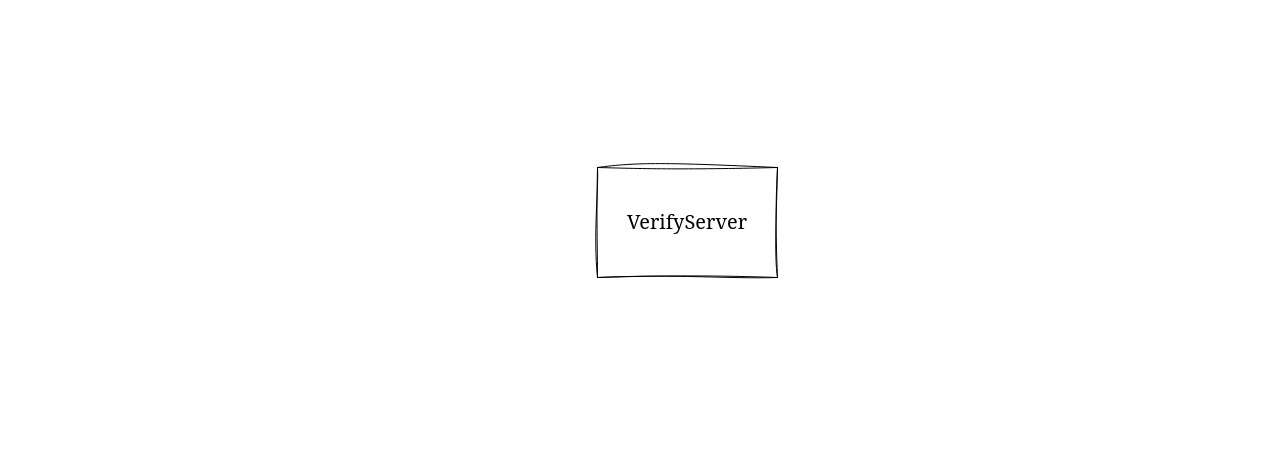
Before: VerifyServer/VerifyServer.drawio in zyuhao7/WeChat, a draw.io diagram. Source tidied: cells renumbered, new cells numbered last; positions are measured from the earlier drawing's top-left corner, leaving out a move shared by most shapes. Both pictures are drawn from the tidied source at 100%, with x=0, y=0 at pixel (597, 167).
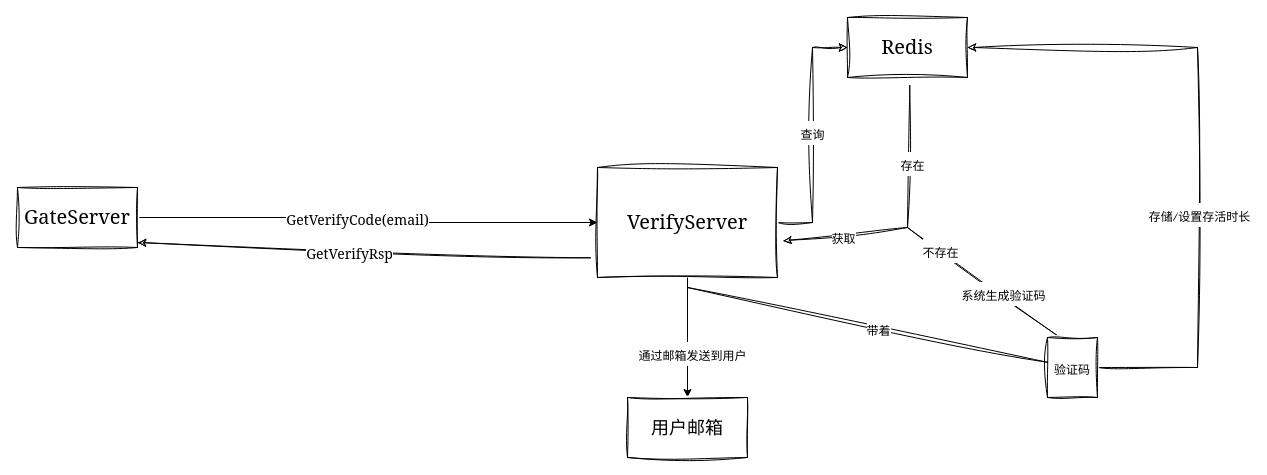
The same diagram, later.

Commit message:
VerifyServer interact pic mod

Unchanged cells that the change refers to:
```xml
<mxCell id="2" value="&lt;font face=&quot;Georgia&quot;&gt;VerifyServer&lt;/font&gt;" style="rounded=0;whiteSpace=wrap;html=1;sketch=1;hachureGap=4;jiggle=2;curveFitting=1;fontFamily=Architects Daughter;fontSize=20;" parent="1" vertex="1">
  <mxGeometry width="180" height="110" as="geometry" />
</mxCell>
```

Change to the diagram source:
```diff
@@
+    <mxCell id="3" style="edgeStyle=orthogonalEdgeStyle;rounded=0;sketch=1;hachureGap=4;jiggle=2;curveFitting=1;jettySize=auto;html=1;entryX=0;entryY=0.5;entryDx=0;entryDy=0;fontFamily=Architects Daughter;fontSize=16;" parent="1" edge="1" source="2" target="13">
+      <mxGeometry relative="1" as="geometry" />
+    </mxCell>
+    <mxCell id="4" value="&lt;font style=&quot;font-size: 12px;&quot;&gt;查询&lt;/font&gt;" style="edgeLabel;html=1;align=center;verticalAlign=middle;fontSize=20;fontFamily=Architects Daughter;" parent="3" vertex="1">
+      <mxGeometry x="0.03" y="1" relative="1" as="geometry" />
+    </mxCell>
+    <mxCell id="5" style="edgeStyle=orthogonalEdgeStyle;rounded=0;hachureGap=4;jettySize=auto;html=1;fontFamily=Architects Daughter;fontSize=16;entryX=0.5;entryY=0;entryDx=0;entryDy=0;" parent="1" edge="1" source="2" target="21">
+      <mxGeometry relative="1" as="geometry" />
+    </mxCell>
+    <mxCell id="6" value="&lt;font style=&quot;font-size: 12px;&quot;&gt;通过邮箱发送到用户&lt;/font&gt;" style="edgeLabel;html=1;align=center;verticalAlign=middle;fontSize=20;fontFamily=Architects Daughter;" parent="5" vertex="1">
+      <mxGeometry x="0.24" y="4" relative="1" as="geometry">
+        <mxPoint y="1" as="offset" />
+      </mxGeometry>
+    </mxCell>
@@
+    <mxCell id="7" style="edgeStyle=orthogonalEdgeStyle;rounded=0;hachureGap=4;jettySize=auto;html=1;entryX=0;entryY=0.5;entryDx=0;entryDy=0;fontFamily=Architects Daughter;fontSize=16;" parent="1" edge="1" source="10" target="2">
+      <mxGeometry relative="1" as="geometry" />
+    </mxCell>
+    <mxCell id="8" value="&lt;div style=&quot;background-color: rgb(34, 39, 46); font-size: 16px; line-height: 22px;&quot;&gt;&lt;br&gt;&lt;/div&gt;" style="edgeLabel;html=1;align=center;verticalAlign=middle;fontSize=20;fontFamily=Architects Daughter;" parent="7" vertex="1">
+      <mxGeometry x="-0.06" y="-5" relative="1" as="geometry" />
+    </mxCell>
+    <mxCell id="9" value="&lt;font style=&quot;font-size: 14px;&quot; face=&quot;Georgia&quot;&gt;GetVerifyCode(email)&lt;/font&gt;" style="edgeLabel;html=1;align=center;verticalAlign=middle;fontSize=20;fontFamily=Architects Daughter;" parent="7" vertex="1">
+      <mxGeometry x="-0.06" relative="1" as="geometry" />
+    </mxCell>
+    <mxCell id="10" value="&lt;font face=&quot;Georgia&quot;&gt;GateServer&lt;/font&gt;" style="rounded=0;whiteSpace=wrap;html=1;sketch=1;hachureGap=4;jiggle=2;curveFitting=1;fontFamily=Architects Daughter;fontSize=20;" parent="1" vertex="1">
+      <mxGeometry x="-580" y="20" width="120" height="60" as="geometry" />
+    </mxCell>
+    <mxCell id="11" style="endArrow=classic;html=1;rounded=0;sketch=1;hachureGap=4;jiggle=2;curveFitting=1;fontFamily=Architects Daughter;fontSize=16;entryX=1;entryY=0.75;entryDx=0;entryDy=0;exitX=-0.039;exitY=0.821;exitDx=0;exitDy=0;exitPerimeter=0;" parent="1" edge="1" source="2">
+      <mxGeometry relative="1" as="geometry">
+        <mxPoint x="-460" y="75" as="targetPoint" />
+      </mxGeometry>
+    </mxCell>
+    <mxCell id="12" value="&lt;font face=&quot;Georgia&quot; style=&quot;font-size: 14px;&quot;&gt;GetVerifyRsp&lt;/font&gt;" style="edgeLabel;html=1;align=center;verticalAlign=middle;fontSize=20;fontFamily=Architects Daughter;" parent="11" vertex="1">
+      <mxGeometry x="0.07" y="2" relative="1" as="geometry" />
+    </mxCell>
+    <mxCell id="13" value="&lt;font face=&quot;Georgia&quot;&gt;Redis&lt;/font&gt;" style="rounded=0;whiteSpace=wrap;html=1;sketch=1;hachureGap=4;jiggle=2;curveFitting=1;fontFamily=Architects Daughter;fontSize=20;" parent="1" vertex="1">
+      <mxGeometry x="250" y="-150" width="120" height="60" as="geometry" />
+    </mxCell>
+    <mxCell id="14" style="endArrow=none;html=1;rounded=0;sketch=1;hachureGap=4;jiggle=2;curveFitting=1;fontFamily=Architects Daughter;fontSize=16;exitX=0.519;exitY=1.133;exitDx=0;exitDy=0;exitPerimeter=0;" parent="1" edge="1" source="13">
+      <mxGeometry relative="1" as="geometry">
+        <mxPoint x="310" y="60" as="targetPoint" />
+      </mxGeometry>
+    </mxCell>
+    <mxCell id="15" value="&lt;font style=&quot;font-size: 12px;&quot;&gt;存在&lt;/font&gt;" style="edgeLabel;html=1;align=center;verticalAlign=middle;fontSize=20;fontFamily=Architects Daughter;" parent="14" vertex="1">
+      <mxGeometry x="0.08" y="3" relative="1" as="geometry" />
+    </mxCell>
+    <mxCell id="16" style="endArrow=classic;html=1;rounded=0;sketch=1;hachureGap=4;jiggle=2;curveFitting=1;fontFamily=Architects Daughter;fontSize=16;entryX=1.031;entryY=0.667;entryDx=0;entryDy=0;entryPerimeter=0;" parent="1" edge="1" target="2">
+      <mxGeometry relative="1" as="geometry">
+        <mxPoint x="310" y="60" as="sourcePoint" />
+      </mxGeometry>
+    </mxCell>
+    <mxCell id="17" value="&lt;font style=&quot;font-size: 12px;&quot;&gt;获取&lt;/font&gt;" style="edgeLabel;html=1;align=center;verticalAlign=middle;fontSize=20;fontFamily=Architects Daughter;" parent="16" vertex="1">
+      <mxGeometry x="0.04" y="2" relative="1" as="geometry" />
+    </mxCell>
+    <mxCell id="18" style="endArrow=none;html=1;rounded=0;sketch=1;hachureGap=4;jiggle=2;curveFitting=1;fontFamily=Architects Daughter;fontSize=16;exitX=0.25;exitY=0;exitDx=0;exitDy=0;" parent="1" edge="1" source="24">
+      <mxGeometry relative="1" as="geometry">
+        <mxPoint x="310" y="60" as="targetPoint" />
+      </mxGeometry>
+    </mxCell>
+    <mxCell id="19" value="&lt;font style=&quot;font-size: 12px;&quot;&gt;不存在&lt;/font&gt;" style="edgeLabel;html=1;align=center;verticalAlign=middle;fontSize=20;fontFamily=Architects Daughter;" parent="18" vertex="1">
+      <mxGeometry x="0.58" y="-1" relative="1" as="geometry" />
+    </mxCell>
+    <mxCell id="20" value="&lt;font style=&quot;font-size: 12px;&quot;&gt;系统生成验证码&lt;/font&gt;" style="edgeLabel;html=1;align=center;verticalAlign=middle;fontSize=20;fontFamily=Architects Daughter;" parent="18" vertex="1">
+      <mxGeometry x="-0.23" y="-3" relative="1" as="geometry" />
+    </mxCell>
+    <mxCell id="21" value="&lt;font style=&quot;font-size: 18px;&quot;&gt;用户邮箱&lt;/font&gt;" style="rounded=0;whiteSpace=wrap;html=1;sketch=1;hachureGap=4;jiggle=2;curveFitting=1;fontFamily=Architects Daughter;fontSize=20;" parent="1" vertex="1">
+      <mxGeometry x="30" y="230" width="120" height="60" as="geometry" />
+    </mxCell>
+    <mxCell id="22" style="edgeStyle=orthogonalEdgeStyle;rounded=0;sketch=1;hachureGap=4;jiggle=2;curveFitting=1;jettySize=auto;html=1;fontFamily=Architects Daughter;fontSize=16;" parent="1" edge="1" source="24" target="13">
+      <mxGeometry relative="1" as="geometry">
+        <Array as="points">
+          <mxPoint x="600" y="200" />
+          <mxPoint x="600" y="-120" />
+        </Array>
+      </mxGeometry>
+    </mxCell>
+    <mxCell id="23" value="&lt;font style=&quot;font-size: 12px;&quot;&gt;存储/设置存活时长&lt;/font&gt;" style="edgeLabel;html=1;align=center;verticalAlign=middle;fontSize=20;fontFamily=Architects Daughter;" parent="22" vertex="1">
+      <mxGeometry x="-0.22" y="-1" relative="1" as="geometry" />
+    </mxCell>
+    <mxCell id="24" value="&lt;font style=&quot;font-size: 12px;&quot;&gt;验证码&lt;/font&gt;" style="whiteSpace=wrap;html=1;sketch=1;hachureGap=4;jiggle=2;curveFitting=1;fontFamily=Architects Daughter;fontSize=20;" parent="1" vertex="1">
+      <mxGeometry x="450" y="170" width="50" height="60" as="geometry" />
+    </mxCell>
+    <mxCell id="25" style="endArrow=none;html=1;rounded=0;sketch=1;hachureGap=4;jiggle=2;curveFitting=1;fontFamily=Architects Daughter;fontSize=16;" parent="1" edge="1" source="24">
+      <mxGeometry relative="1" as="geometry">
+        <mxPoint x="90" y="120" as="targetPoint" />
+      </mxGeometry>
+    </mxCell>
+    <mxCell id="26" value="&lt;font style=&quot;font-size: 12px;&quot;&gt;带着&lt;/font&gt;" style="edgeLabel;html=1;align=center;verticalAlign=middle;fontSize=20;fontFamily=Architects Daughter;" parent="25" vertex="1">
+      <mxGeometry x="-0.06" y="1" relative="1" as="geometry" />
+    </mxCell>
```
